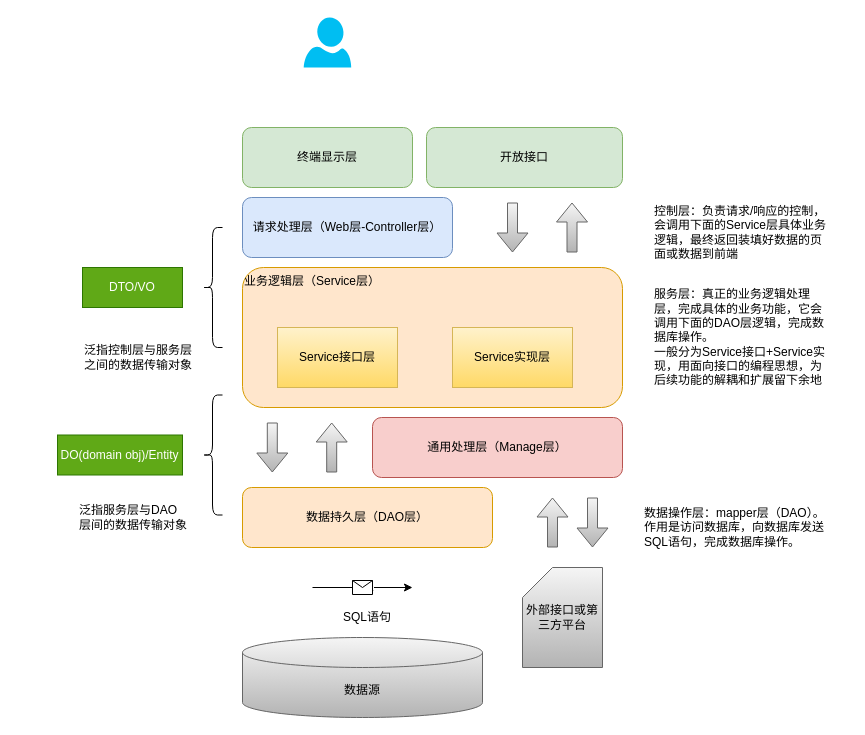
weihuohuayi/draw.io keeps this draw.io diagram as framework/Java项目工程结构.drawio. Above is the earlier version. Source tidied: cells renumbered, new cells numbered last; positions are measured from the earlier drawing's top-left corner, leaving out a move shared by most shapes. Both pictures are drawn from the tidied source at 100%, with x=0, y=0 at pixel (57, 17).
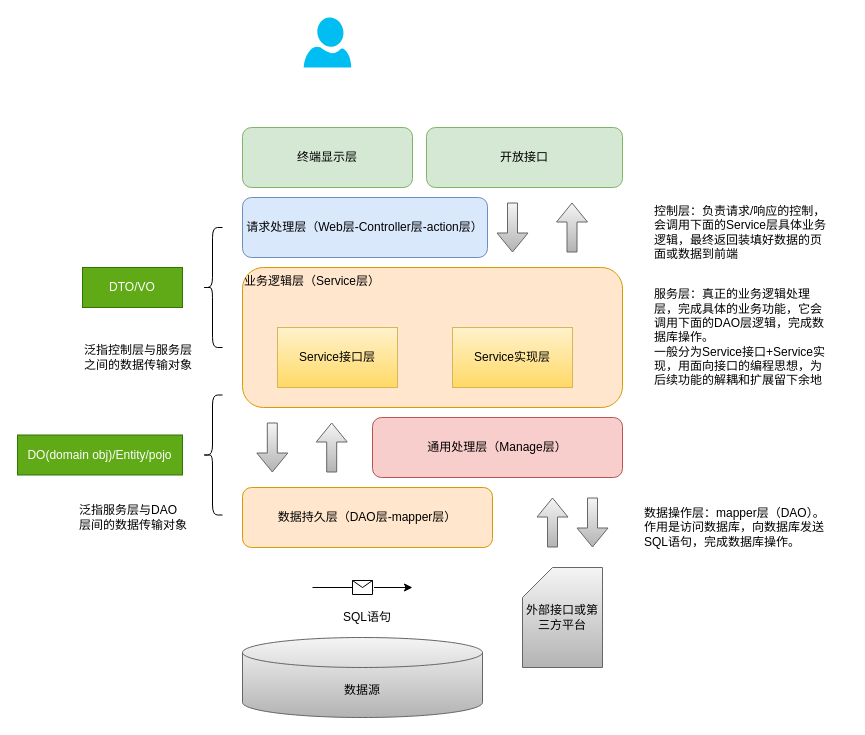
The same page after the edit.

Commit message:
Update Java项目工程结构.drawio

The edit, as a diff of the source:
```diff
@@
-    <mxCell id="4" value="请求处理层（Web层-Controller层）" style="rounded=1;whiteSpace=wrap;html=1;fillColor=#dae8fc;strokeColor=#6c8ebf;" parent="1" vertex="1">
-      <mxGeometry x="185" y="180" width="210" height="60" as="geometry" />
+    <mxCell id="4" value="请求处理层（Web层-Controller层-action层）" style="rounded=1;whiteSpace=wrap;html=1;fillColor=#dae8fc;strokeColor=#6c8ebf;" parent="1" vertex="1">
+      <mxGeometry x="185" y="180" width="245" height="60" as="geometry" />
     </mxCell>
@@
-    <mxCell id="7" value="数据持久层（DAO层）" style="rounded=1;whiteSpace=wrap;html=1;fillColor=#ffe6cc;strokeColor=#d79b00;" parent="1" vertex="1">
+    <mxCell id="7" value="数据持久层（DAO层-mapper层）" style="rounded=1;whiteSpace=wrap;html=1;fillColor=#ffe6cc;strokeColor=#d79b00;" parent="1" vertex="1">
       <mxGeometry x="185" y="470" width="250" height="60" as="geometry" />
     </mxCell>
@@
-    <mxCell id="29" value="DO(domain obj)/Entity" style="rounded=0;whiteSpace=wrap;html=1;fillColor=#60a917;strokeColor=#2D7600;fontColor=#ffffff;" parent="1" vertex="1">
-      <mxGeometry y="417.5" width="125" height="40" as="geometry" />
+    <mxCell id="29" value="DO(domain obj)/Entity/pojo" style="rounded=0;whiteSpace=wrap;html=1;fillColor=#60a917;strokeColor=#2D7600;fontColor=#ffffff;" parent="1" vertex="1">
+      <mxGeometry x="-40" y="417.5" width="165" height="40" as="geometry" />
     </mxCell>
```
